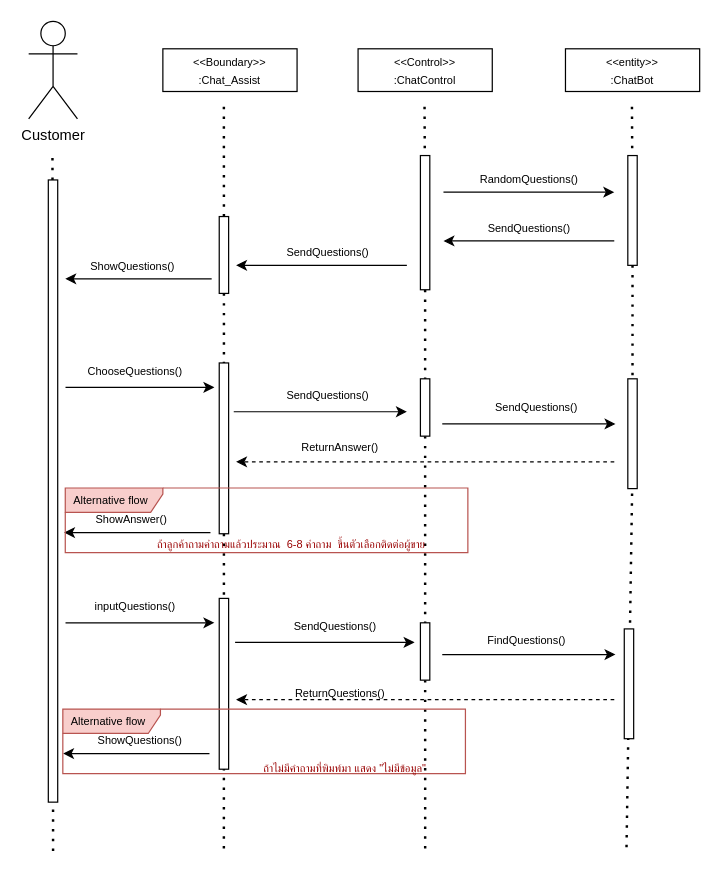
This is page "Page-1" (1 of 2) of Request Durian info and FAQ.drawio from munkeawtoast/isad-diagrams, a draw.io file, before an edit. Source tidied: cells renumbered, new cells numbered last; positions are measured from the earlier drawing's top-left corner, leaving out a move shared by most shapes. Both pictures are drawn from the tidied source at 122%, with x=0, y=0 at pixel (28, 21).
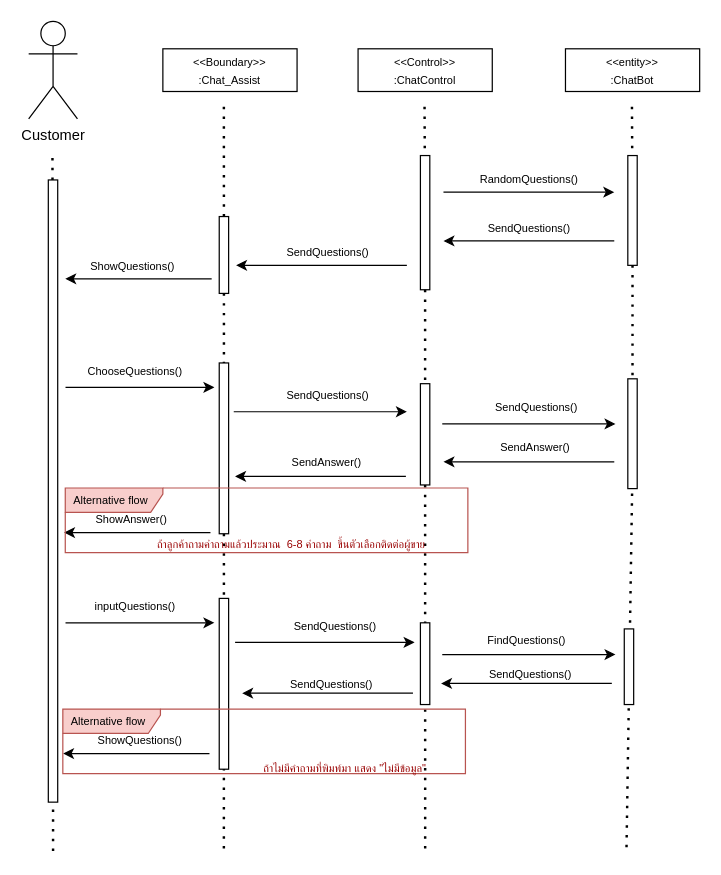
Above is the later version.

The change refers to these unchanged cells:
```xml
<mxCell id="14" style="rounded=0;whiteSpace=wrap;html=1;fontSize=9;" parent="1" vertex="1">
  <mxGeometry x="321.1" y="110" width="7.7" height="110" as="geometry" />
</mxCell>
```

What changed in the source:
```diff
@@
-    <mxCell id="9" style="endArrow=none;dashed=1;html=1;dashPattern=1 3;strokeWidth=2;startArrow=none;" parent="1" edge="1" source="14">
+    <mxCell id="9" style="endArrow=none;dashed=1;html=1;dashPattern=1 3;strokeWidth=2;startArrow=none;" parent="1" edge="1" source="31">
       <mxGeometry relative="1" as="geometry">
         <mxPoint x="325" y="680" as="targetPoint" />
       </mxGeometry>
     </mxCell>
@@
-    <mxCell id="31" style="rounded=0;whiteSpace=wrap;html=1;fontSize=9;" parent="1" vertex="1">
-      <mxGeometry x="321.1" y="293" width="7.7" height="47" as="geometry" />
-    </mxCell>
@@
-    <mxCell id="36" style="endArrow=classic;html=1;fontSize=9;dashed=1;" parent="1" edge="1">
+    <mxCell id="36" style="endArrow=classic;html=1;fontSize=9;" parent="1" edge="1">
       <mxGeometry relative="1" as="geometry">
         <mxPoint x="480" y="361" as="sourcePoint" />
-        <mxPoint x="170" y="361" as="targetPoint" />
+        <mxPoint x="340" y="361" as="targetPoint" />
       </mxGeometry>
     </mxCell>
-    <mxCell id="37" value="ReturnAnswer()" style="text;html=1;align=center;verticalAlign=middle;strokeColor=none;fillColor=none;fontSize=9;" parent="1" vertex="1">
-      <mxGeometry x="210" y="340" width="90" height="20" as="geometry" />
+    <mxCell id="37" value="SendAnswer()" style="text;html=1;align=center;verticalAlign=middle;strokeColor=none;fillColor=none;fontSize=9;" parent="1" vertex="1">
+      <mxGeometry x="375" y="340" width="80" height="20" as="geometry" />
     </mxCell>
@@
     <mxCell id="46" style="rounded=0;whiteSpace=wrap;html=1;fontSize=9;" parent="1" vertex="1">
-      <mxGeometry x="321.1" y="493" width="7.7" height="47" as="geometry" />
+      <mxGeometry x="321.1" y="493" width="7.7" height="67" as="geometry" />
     </mxCell>
@@
     <mxCell id="51" style="rounded=0;whiteSpace=wrap;html=1;fontSize=9;" parent="1" vertex="1">
-      <mxGeometry x="488.2" y="498" width="7.7" height="90" as="geometry" />
+      <mxGeometry x="488.2" y="498" width="7.7" height="62" as="geometry" />
     </mxCell>
-    <mxCell id="52" style="endArrow=classic;html=1;fontSize=9;dashed=1;" parent="1" edge="1">
+    <mxCell id="52" style="endArrow=classic;html=1;fontSize=9;" parent="1" edge="1">
       <mxGeometry relative="1" as="geometry">
-        <mxPoint x="480" y="556" as="sourcePoint" />
-        <mxPoint x="170" y="556" as="targetPoint" />
+        <mxPoint x="478" y="542.7" as="sourcePoint" />
+        <mxPoint x="338" y="542.7" as="targetPoint" />
       </mxGeometry>
     </mxCell>
-    <mxCell id="53" value="&lt;br&gt;ReturnQuestions()" style="text;html=1;align=center;verticalAlign=middle;strokeColor=none;fillColor=none;fontSize=9;" parent="1" vertex="1">
-      <mxGeometry x="205" y="525" width="100" height="40" as="geometry" />
+    <mxCell id="53" value="&lt;br&gt;SendQuestions()" style="text;html=1;align=center;verticalAlign=middle;strokeColor=none;fillColor=none;fontSize=9;" parent="1" vertex="1">
+      <mxGeometry x="366" y="510" width="90" height="40" as="geometry" />
     </mxCell>
@@
+    <mxCell id="58" style="endArrow=none;dashed=1;html=1;dashPattern=1 3;strokeWidth=2;startArrow=none;" parent="1" edge="1" source="14" target="31">
+      <mxGeometry relative="1" as="geometry" />
+    </mxCell>
+    <mxCell id="31" style="rounded=0;whiteSpace=wrap;html=1;fontSize=9;" parent="1" vertex="1">
+      <mxGeometry x="321.1" y="297" width="7.7" height="83" as="geometry" />
+    </mxCell>
+    <mxCell id="59" style="endArrow=classic;html=1;fontSize=9;" parent="1" edge="1">
+      <mxGeometry relative="1" as="geometry">
+        <mxPoint x="309.2" y="373" as="sourcePoint" />
+        <mxPoint x="169.2" y="373" as="targetPoint" />
+        <Array as="points">
+          <mxPoint x="219.2" y="373" />
+        </Array>
+      </mxGeometry>
+    </mxCell>
+    <mxCell id="60" value="SendAnswer()" style="text;html=1;align=center;verticalAlign=middle;strokeColor=none;fillColor=none;fontSize=9;" parent="1" vertex="1">
+      <mxGeometry x="204.2" y="352" width="80" height="20" as="geometry" />
+    </mxCell>
+    <mxCell id="61" style="endArrow=classic;html=1;fontSize=9;" parent="1" edge="1">
+      <mxGeometry relative="1" as="geometry">
+        <mxPoint x="315" y="550.7" as="sourcePoint" />
+        <mxPoint x="175" y="550.7" as="targetPoint" />
+      </mxGeometry>
+    </mxCell>
+    <mxCell id="62" value="&lt;br&gt;SendQuestions()" style="text;html=1;align=center;verticalAlign=middle;strokeColor=none;fillColor=none;fontSize=9;" parent="1" vertex="1">
+      <mxGeometry x="203" y="518" width="90" height="40" as="geometry" />
+    </mxCell>
```
